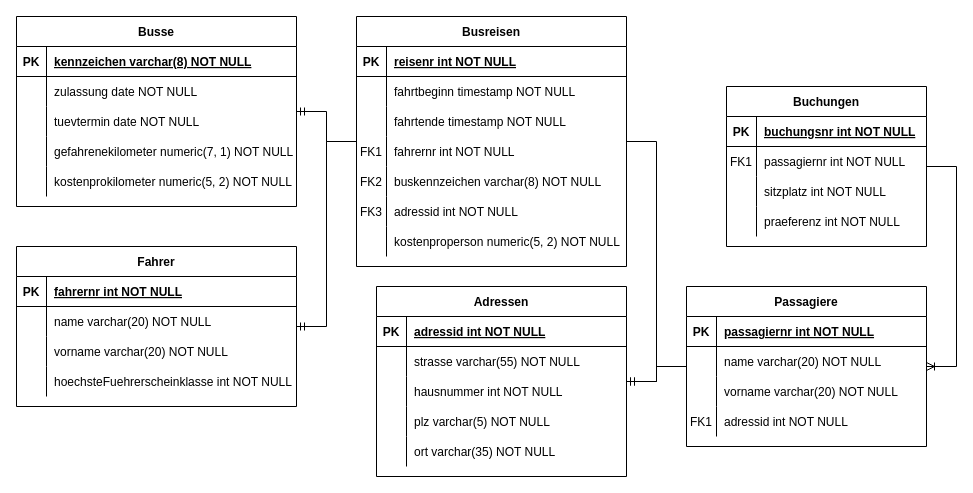
ZichaoIUStudy/Busreisen_OOP2_Referat keeps this draw.io diagram as ER_Diagramm.drawio. Above is the earlier version. Source tidied: cells renumbered, new cells numbered last; positions are measured from the earlier drawing's top-left corner, leaving out a move shared by most shapes. Both pictures are drawn from the tidied source at 100%, with x=0, y=0 at pixel (16, 16).
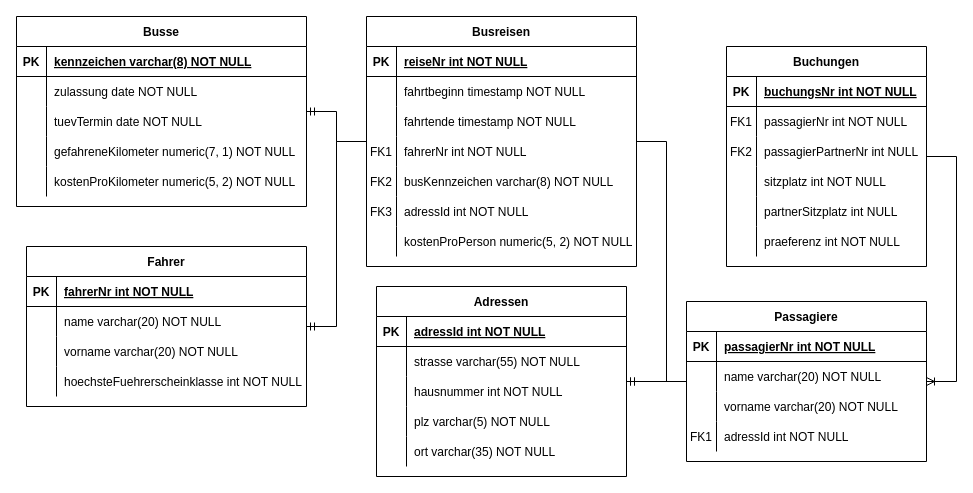
After the change.

Commit message (it also covers changes not shown here):
Anpassung ER_Diagramm

The change refers to these unchanged cells:
```xml
<mxCell id="19" style="shape=partialRectangle;fillColor=none;top=0;left=0;right=0;bottom=1;" parent="18" vertex="1">
  <mxGeometry y="30" width="280" height="30" as="geometry" />
</mxCell>
<mxCell id="32" style="shape=partialRectangle;fillColor=none;top=0;left=0;right=0;bottom=1;" parent="31" vertex="1">
  <mxGeometry y="30" width="270" height="30" as="geometry" />
</mxCell>
<mxCell id="41" style="shape=partialRectangle;fillColor=none;top=0;left=0;right=0;bottom=0;" parent="31" vertex="1">
  <mxGeometry y="120" width="270" height="30" as="geometry" />
</mxCell>
<mxCell id="44" style="shape=partialRectangle;fillColor=none;top=0;left=0;right=0;bottom=0;" parent="31" vertex="1">
  <mxGeometry y="150" width="270" height="30" as="geometry" />
</mxCell>
<mxCell id="47" style="shape=partialRectangle;fillColor=none;top=0;left=0;right=0;bottom=0;" parent="31" vertex="1">
  <mxGeometry y="180" width="270" height="30" as="geometry" />
</mxCell>
<mxCell id="50" style="shape=partialRectangle;fillColor=none;top=0;left=0;right=0;bottom=0;" parent="31" vertex="1">
  <mxGeometry y="210" width="270" height="30" as="geometry" />
</mxCell>
<mxCell id="54" style="shape=partialRectangle;fillColor=none;top=0;left=0;right=0;bottom=1;" parent="53" vertex="1">
  <mxGeometry y="30" width="200" height="30" as="geometry" />
</mxCell>
<mxCell id="57" style="shape=partialRectangle;fillColor=none;top=0;left=0;right=0;bottom=0;" parent="53" vertex="1">
  <mxGeometry y="60" width="200" height="30" as="geometry" />
</mxCell>
<mxCell id="67" style="shape=partialRectangle;fillColor=none;top=0;left=0;right=0;bottom=1;" parent="66" vertex="1">
  <mxGeometry y="30" width="250" height="30" as="geometry" />
</mxCell>
<mxCell id="83" style="shape=partialRectangle;fillColor=none;top=0;left=0;right=0;bottom=1;" parent="82" vertex="1">
  <mxGeometry y="30" width="240" height="30" as="geometry" />
</mxCell>
<mxCell id="92" style="shape=partialRectangle;fillColor=none;top=0;left=0;right=0;bottom=0;" parent="82" vertex="1">
  <mxGeometry y="120" width="240" height="30" as="geometry" />
</mxCell>
```

Diff of the diagram source:
```diff
@@
     <mxCell id="2" value="Busse" style="shape=table;startSize=30;childLayout=tableLayout;rowLines=0;fontStyle=1;align=center;" parent="1" vertex="1">
-      <mxGeometry width="280" height="190" as="geometry" />
+      <mxGeometry width="290" height="190" as="geometry" />
     </mxCell>
     <mxCell id="3" style="shape=partialRectangle;fillColor=none;top=0;left=0;right=0;bottom=1;" parent="2" vertex="1">
-      <mxGeometry y="30" width="280" height="30" as="geometry" />
+      <mxGeometry y="30" width="290" height="30" as="geometry" />
     </mxCell>
@@
     <mxCell id="5" value="kennzeichen varchar(8) NOT NULL " style="shape=partialRectangle;overflow=hidden;fillColor=none;top=0;left=0;bottom=0;right=0;align=left;spacingLeft=6;fontStyle=5;" parent="3" vertex="1">
-      <mxGeometry x="30" width="250" height="30" as="geometry" />
+      <mxGeometry x="30" width="260" height="30" as="geometry" />
     </mxCell>
     <mxCell id="6" style="shape=partialRectangle;fillColor=none;top=0;left=0;right=0;bottom=0;" parent="2" vertex="1">
-      <mxGeometry y="60" width="280" height="30" as="geometry" />
+      <mxGeometry y="60" width="290" height="30" as="geometry" />
     </mxCell>
@@
     <mxCell id="8" value="zulassung date NOT NULL" style="shape=partialRectangle;overflow=hidden;fillColor=none;top=0;left=0;bottom=0;right=0;align=left;spacingLeft=6;" parent="6" vertex="1">
-      <mxGeometry x="30" width="250" height="30" as="geometry" />
+      <mxGeometry x="30" width="260" height="30" as="geometry" />
     </mxCell>
     <mxCell id="9" style="shape=partialRectangle;fillColor=none;top=0;left=0;right=0;bottom=0;" parent="2" vertex="1">
-      <mxGeometry y="90" width="280" height="30" as="geometry" />
+      <mxGeometry y="90" width="290" height="30" as="geometry" />
     </mxCell>
@@
-    <mxCell id="11" value="tuevtermin date NOT NULL" style="shape=partialRectangle;overflow=hidden;fillColor=none;top=0;left=0;bottom=0;right=0;align=left;spacingLeft=6;" parent="9" vertex="1">
-      <mxGeometry x="30" width="250" height="30" as="geometry" />
+    <mxCell id="11" value="tuevTermin date NOT NULL" style="shape=partialRectangle;overflow=hidden;fillColor=none;top=0;left=0;bottom=0;right=0;align=left;spacingLeft=6;" parent="9" vertex="1">
+      <mxGeometry x="30" width="260" height="30" as="geometry" />
     </mxCell>
     <mxCell id="12" style="shape=partialRectangle;fillColor=none;top=0;left=0;right=0;bottom=0;" parent="2" vertex="1">
-      <mxGeometry y="120" width="280" height="30" as="geometry" />
+      <mxGeometry y="120" width="290" height="30" as="geometry" />
     </mxCell>
@@
-    <mxCell id="14" value="gefahrenekilometer numeric(7, 1) NOT NULL" style="shape=partialRectangle;overflow=hidden;fillColor=none;top=0;left=0;bottom=0;right=0;align=left;spacingLeft=6;" parent="12" vertex="1">
-      <mxGeometry x="30" width="250" height="30" as="geometry" />
+    <mxCell id="14" value="gefahreneKilometer numeric(7, 1) NOT NULL" style="shape=partialRectangle;overflow=hidden;fillColor=none;top=0;left=0;bottom=0;right=0;align=left;spacingLeft=6;" parent="12" vertex="1">
+      <mxGeometry x="30" width="260" height="30" as="geometry" />
     </mxCell>
     <mxCell id="15" style="shape=partialRectangle;fillColor=none;top=0;left=0;right=0;bottom=0;" parent="2" vertex="1">
-      <mxGeometry y="150" width="280" height="30" as="geometry" />
+      <mxGeometry y="150" width="290" height="30" as="geometry" />
     </mxCell>
@@
-    <mxCell id="17" value="kostenprokilometer numeric(5, 2) NOT NULL" style="shape=partialRectangle;overflow=hidden;fillColor=none;top=0;left=0;bottom=0;right=0;align=left;spacingLeft=6;" parent="15" vertex="1">
-      <mxGeometry x="30" width="250" height="30" as="geometry" />
+    <mxCell id="17" value="kostenProKilometer numeric(5, 2) NOT NULL" style="shape=partialRectangle;overflow=hidden;fillColor=none;top=0;left=0;bottom=0;right=0;align=left;spacingLeft=6;" parent="15" vertex="1">
+      <mxGeometry x="30" width="260" height="30" as="geometry" />
     </mxCell>
     <mxCell id="18" value="Fahrer" style="shape=table;startSize=30;childLayout=tableLayout;rowLines=0;fontStyle=1;align=center;" parent="1" vertex="1">
-      <mxGeometry y="230" width="280" height="160" as="geometry" />
+      <mxGeometry x="10" y="230" width="280" height="160" as="geometry" />
     </mxCell>
@@
-    <mxCell id="21" value="fahrernr int NOT NULL " style="shape=partialRectangle;overflow=hidden;fillColor=none;top=0;left=0;bottom=0;right=0;align=left;spacingLeft=6;fontStyle=5;" parent="19" vertex="1">
+    <mxCell id="21" value="fahrerNr int NOT NULL " style="shape=partialRectangle;overflow=hidden;fillColor=none;top=0;left=0;bottom=0;right=0;align=left;spacingLeft=6;fontStyle=5;" parent="19" vertex="1">
       <mxGeometry x="30" width="250" height="30" as="geometry" />
     </mxCell>
@@
     <mxCell id="31" value="Busreisen" style="shape=table;startSize=30;childLayout=tableLayout;rowLines=0;fontStyle=1;align=center;" parent="1" vertex="1">
-      <mxGeometry x="340" width="270" height="250" as="geometry" />
+      <mxGeometry x="350" width="270" height="250" as="geometry" />
     </mxCell>
@@
-    <mxCell id="34" value="reisenr int NOT NULL " style="shape=partialRectangle;overflow=hidden;fillColor=none;top=0;left=0;bottom=0;right=0;align=left;spacingLeft=6;fontStyle=5;" parent="32" vertex="1">
+    <mxCell id="34" value="reiseNr int NOT NULL " style="shape=partialRectangle;overflow=hidden;fillColor=none;top=0;left=0;bottom=0;right=0;align=left;spacingLeft=6;fontStyle=5;" parent="32" vertex="1">
       <mxGeometry x="30" width="240" height="30" as="geometry" />
     </mxCell>
@@
-    <mxCell id="43" value="fahrernr int NOT NULL" style="shape=partialRectangle;overflow=hidden;fillColor=none;top=0;left=0;bottom=0;right=0;align=left;spacingLeft=6;" parent="41" vertex="1">
+    <mxCell id="43" value="fahrerNr int NOT NULL" style="shape=partialRectangle;overflow=hidden;fillColor=none;top=0;left=0;bottom=0;right=0;align=left;spacingLeft=6;" parent="41" vertex="1">
       <mxGeometry x="30" width="240" height="30" as="geometry" />
     </mxCell>
@@
-    <mxCell id="46" value="buskennzeichen varchar(8) NOT NULL" style="shape=partialRectangle;overflow=hidden;fillColor=none;top=0;left=0;bottom=0;right=0;align=left;spacingLeft=6;" parent="44" vertex="1">
+    <mxCell id="46" value="busKennzeichen varchar(8) NOT NULL" style="shape=partialRectangle;overflow=hidden;fillColor=none;top=0;left=0;bottom=0;right=0;align=left;spacingLeft=6;" parent="44" vertex="1">
       <mxGeometry x="30" width="240" height="30" as="geometry" />
     </mxCell>
@@
-    <mxCell id="49" value="adressid int NOT NULL" style="shape=partialRectangle;overflow=hidden;fillColor=none;top=0;left=0;bottom=0;right=0;align=left;spacingLeft=6;" parent="47" vertex="1">
+    <mxCell id="49" value="adressId int NOT NULL" style="shape=partialRectangle;overflow=hidden;fillColor=none;top=0;left=0;bottom=0;right=0;align=left;spacingLeft=6;" parent="47" vertex="1">
       <mxGeometry x="30" width="240" height="30" as="geometry" />
     </mxCell>
@@
-    <mxCell id="52" value="kostenproperson numeric(5, 2) NOT NULL" style="shape=partialRectangle;overflow=hidden;fillColor=none;top=0;left=0;bottom=0;right=0;align=left;spacingLeft=6;" parent="50" vertex="1">
+    <mxCell id="52" value="kostenProPerson numeric(5, 2) NOT NULL" style="shape=partialRectangle;overflow=hidden;fillColor=none;top=0;left=0;bottom=0;right=0;align=left;spacingLeft=6;" parent="50" vertex="1">
       <mxGeometry x="30" width="240" height="30" as="geometry" />
     </mxCell>
     <mxCell id="53" value="Buchungen" style="shape=table;startSize=30;childLayout=tableLayout;rowLines=0;fontStyle=1;align=center;" parent="1" vertex="1">
-      <mxGeometry x="710" y="70" width="200" height="160" as="geometry" />
+      <mxGeometry x="710" y="30" width="200" height="220" as="geometry" />
     </mxCell>
@@
-    <mxCell id="56" value="buchungsnr int NOT NULL " style="shape=partialRectangle;overflow=hidden;fillColor=none;top=0;left=0;bottom=0;right=0;align=left;spacingLeft=6;fontStyle=5;" parent="54" vertex="1">
+    <mxCell id="56" value="buchungsNr int NOT NULL " style="shape=partialRectangle;overflow=hidden;fillColor=none;top=0;left=0;bottom=0;right=0;align=left;spacingLeft=6;fontStyle=5;" parent="54" vertex="1">
       <mxGeometry x="30" width="170" height="30" as="geometry" />
     </mxCell>
@@
-    <mxCell id="59" value="passagiernr int NOT NULL" style="shape=partialRectangle;overflow=hidden;fillColor=none;top=0;left=0;bottom=0;right=0;align=left;spacingLeft=6;" parent="57" vertex="1">
+    <mxCell id="59" value="passagierNr int NOT NULL" style="shape=partialRectangle;overflow=hidden;fillColor=none;top=0;left=0;bottom=0;right=0;align=left;spacingLeft=6;" parent="57" vertex="1">
       <mxGeometry x="30" width="170" height="30" as="geometry" />
     </mxCell>
+    <mxCell id="100" style="shape=partialRectangle;fillColor=none;top=0;left=0;right=0;bottom=0;" parent="53" vertex="1">
+      <mxGeometry y="90" width="200" height="30" as="geometry" />
+    </mxCell>
+    <mxCell id="101" value="FK2" style="shape=partialRectangle;overflow=hidden;fillColor=none;top=0;left=0;bottom=0;right=0;" parent="100" vertex="1">
+      <mxGeometry width="30" height="30" as="geometry" />
+    </mxCell>
+    <mxCell id="102" value="passagierPartnerNr int NULL" style="shape=partialRectangle;overflow=hidden;fillColor=none;top=0;left=0;bottom=0;right=0;align=left;spacingLeft=6;" parent="100" vertex="1">
+      <mxGeometry x="30" width="170" height="30" as="geometry" />
+    </mxCell>
     <mxCell id="60" style="shape=partialRectangle;fillColor=none;top=0;left=0;right=0;bottom=0;" parent="53" vertex="1">
-      <mxGeometry y="90" width="200" height="30" as="geometry" />
+      <mxGeometry y="120" width="200" height="30" as="geometry" />
     </mxCell>
@@
+    <mxCell id="103" style="shape=partialRectangle;fillColor=none;top=0;left=0;right=0;bottom=0;" parent="53" vertex="1">
+      <mxGeometry y="150" width="200" height="30" as="geometry" />
+    </mxCell>
+    <mxCell id="104" style="shape=partialRectangle;overflow=hidden;fillColor=none;top=0;left=0;bottom=0;right=0;" parent="103" vertex="1">
+      <mxGeometry width="30" height="30" as="geometry" />
+    </mxCell>
+    <mxCell id="105" value="partnerSitzplatz int NULL" style="shape=partialRectangle;overflow=hidden;fillColor=none;top=0;left=0;bottom=0;right=0;align=left;spacingLeft=6;" parent="103" vertex="1">
+      <mxGeometry x="30" width="170" height="30" as="geometry" />
+    </mxCell>
     <mxCell id="63" style="shape=partialRectangle;fillColor=none;top=0;left=0;right=0;bottom=0;" parent="53" vertex="1">
-      <mxGeometry y="120" width="200" height="30" as="geometry" />
+      <mxGeometry y="180" width="200" height="30" as="geometry" />
     </mxCell>
@@
-    <mxCell id="69" value="adressid int NOT NULL " style="shape=partialRectangle;overflow=hidden;fillColor=none;top=0;left=0;bottom=0;right=0;align=left;spacingLeft=6;fontStyle=5;" parent="67" vertex="1">
+    <mxCell id="69" value="adressId int NOT NULL " style="shape=partialRectangle;overflow=hidden;fillColor=none;top=0;left=0;bottom=0;right=0;align=left;spacingLeft=6;fontStyle=5;" parent="67" vertex="1">
       <mxGeometry x="30" width="220" height="30" as="geometry" />
     </mxCell>
@@
     <mxCell id="82" value="Passagiere" style="shape=table;startSize=30;childLayout=tableLayout;rowLines=0;fontStyle=1;align=center;" parent="1" vertex="1">
-      <mxGeometry x="670" y="270" width="240" height="160" as="geometry" />
+      <mxGeometry x="670" y="285" width="240" height="160" as="geometry" />
     </mxCell>
@@
-    <mxCell id="85" value="passagiernr int NOT NULL " style="shape=partialRectangle;overflow=hidden;fillColor=none;top=0;left=0;bottom=0;right=0;align=left;spacingLeft=6;fontStyle=5;" parent="83" vertex="1">
+    <mxCell id="85" value="passagierNr int NOT NULL " style="shape=partialRectangle;overflow=hidden;fillColor=none;top=0;left=0;bottom=0;right=0;align=left;spacingLeft=6;fontStyle=5;" parent="83" vertex="1">
       <mxGeometry x="30" width="210" height="30" as="geometry" />
     </mxCell>
@@
-    <mxCell id="94" value="adressid int NOT NULL" style="shape=partialRectangle;overflow=hidden;fillColor=none;top=0;left=0;bottom=0;right=0;align=left;spacingLeft=6;" parent="92" vertex="1">
+    <mxCell id="94" value="adressId int NOT NULL" style="shape=partialRectangle;overflow=hidden;fillColor=none;top=0;left=0;bottom=0;right=0;align=left;spacingLeft=6;" parent="92" vertex="1">
       <mxGeometry x="30" width="210" height="30" as="geometry" />
     </mxCell>
```
